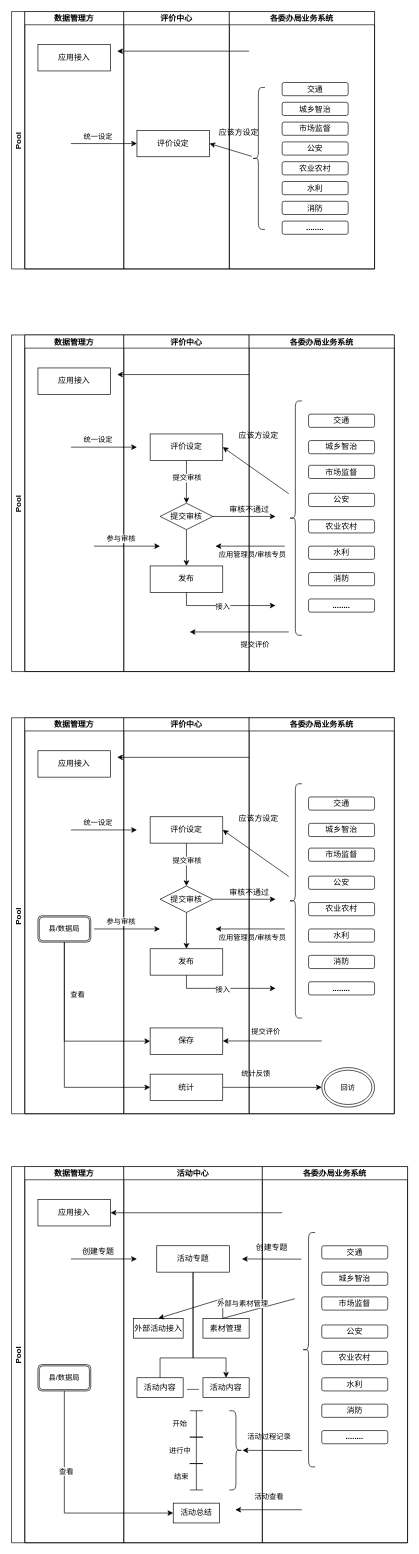
xgeed/x keeps this draw.io diagram as 蒙城业务支撑体系.drawio. Above is the earlier version. Source tidied: cells renumbered, new cells numbered last; positions are measured from the earlier drawing's top-left corner, leaving out a move shared by most shapes. Both pictures are drawn from the tidied source at 66%, with x=0, y=0 at pixel (11, 11).
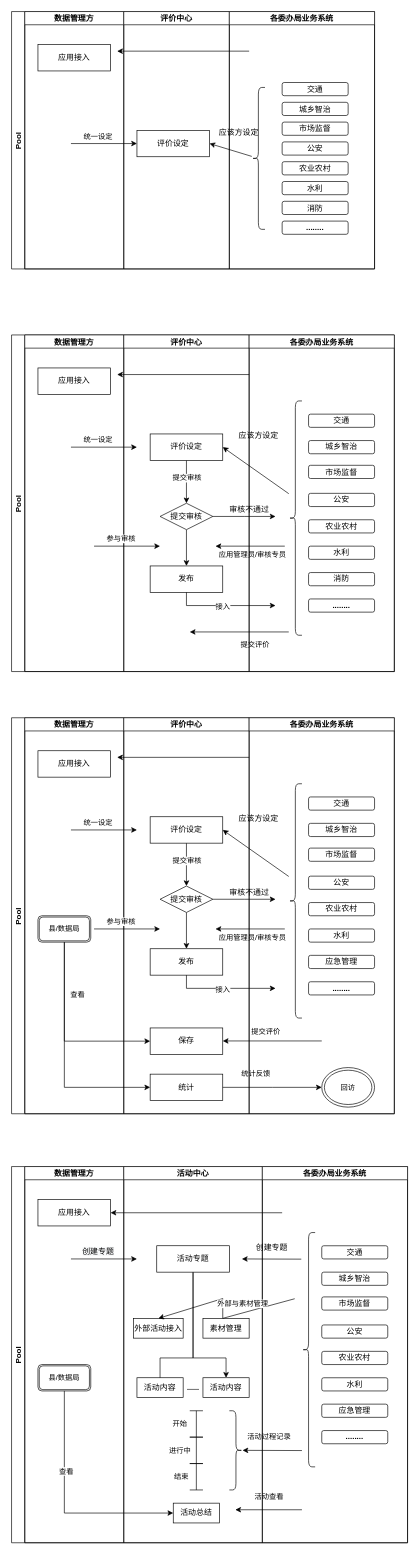
The same diagram, later.

Commit message:
更新蒙城业务支撑体系.drawio

The change refers to these unchanged cells:
```xml
<mxCell id="77" value="各委办局业务系统" style="swimlane;startSize=20;" parent="57" vertex="1">
  <mxGeometry x="360" width="220" height="600" as="geometry" />
</mxCell>
<mxCell id="126" value="各委办局业务系统" style="swimlane;startSize=20;" parent="101" vertex="1">
  <mxGeometry x="380" width="220" height="570" as="geometry" />
</mxCell>
```

Diff of the diagram source:
```diff
@@
-    <mxCell id="84" value="消防" style="rounded=1;whiteSpace=wrap;html=1;" parent="77" vertex="1">
+    <mxCell id="84" value="应急管理" style="rounded=1;whiteSpace=wrap;html=1;" parent="77" vertex="1">
       <mxGeometry x="90" y="360" width="100" height="20" as="geometry" />
     </mxCell>
@@
-    <mxCell id="133" value="消防" style="rounded=1;whiteSpace=wrap;html=1;" parent="126" vertex="1">
+    <mxCell id="133" value="应急管理" style="rounded=1;whiteSpace=wrap;html=1;" parent="126" vertex="1">
       <mxGeometry x="90" y="360" width="100" height="20" as="geometry" />
     </mxCell>
```
